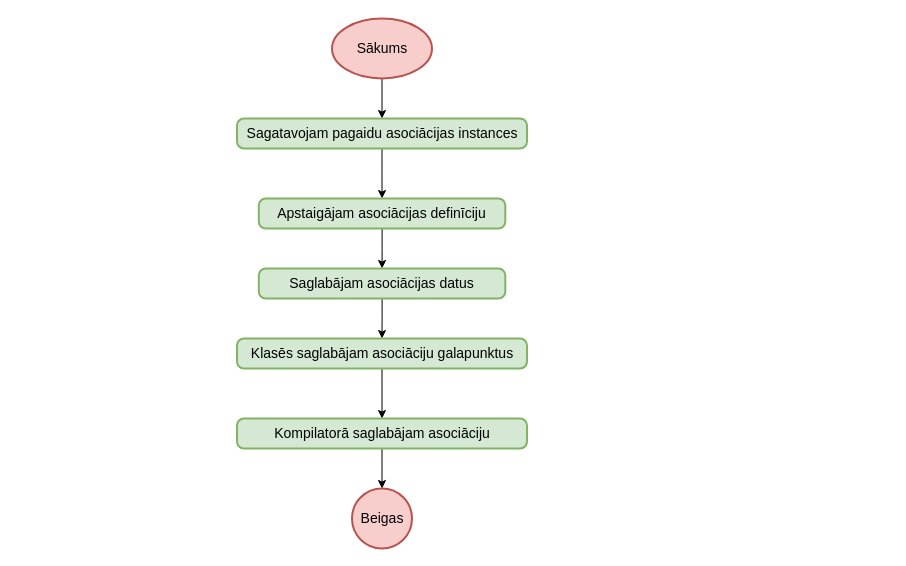
This is page "Kompilēt asociāciju" (1 of 4) of src/Kvalifikacijas darbs/Diagrammas/Kompilators/Asociācijas.drawio from artiks12/webAppOS, a draw.io file, before an edit. Source tidied: cells renumbered, new cells numbered last; positions are measured from the earlier drawing's top-left corner, leaving out a move shared by most shapes. Both pictures are drawn from the tidied source at 100%, with x=0, y=0 at pixel (237, 18).
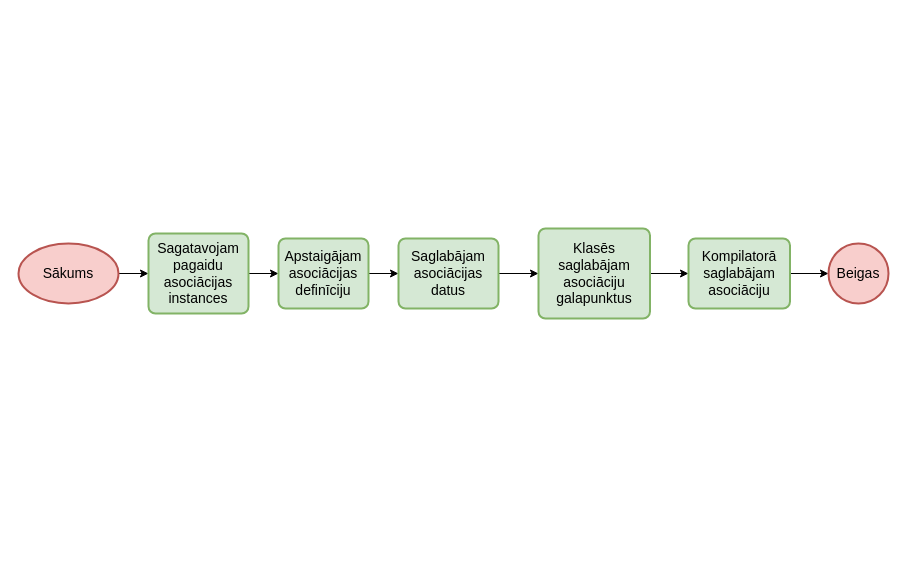
The same diagram, later.

Change to the diagram source:
```diff
@@
 <mxGraphModel>
   <root>
     <mxCell id="0" />
     <mxCell id="1" parent="0" />
-    <mxCell id="2" style="edgeStyle=orthogonalEdgeStyle;rounded=0;jettySize=auto;html=1;entryX=0.5;entryY=0;entryDx=0;entryDy=0;" parent="1" edge="1" source="3" target="6">
+    <mxCell id="2" style="edgeStyle=orthogonalEdgeStyle;rounded=0;jettySize=auto;html=1;" parent="1" edge="1" source="3" target="6">
       <mxGeometry relative="1" as="geometry" />
     </mxCell>
     <mxCell id="3" value="Sākums" style="strokeWidth=2;html=1;shape=mxgraph.flowchart.start_1;whiteSpace=wrap;fontSize=14;fillColor=#f8cecc;strokeColor=#b85450;" parent="1" vertex="1">
-      <mxGeometry x="94.5" width="100" height="60" as="geometry" />
+      <mxGeometry x="-219" y="225" width="100" height="60" as="geometry" />
     </mxCell>
-    <mxCell id="4" value="Beigas" style="strokeWidth=2;html=1;shape=mxgraph.flowchart.start_2;whiteSpace=wrap;fontSize=14;fillColor=#f8cecc;strokeColor=#b85450;" parent="1" vertex="1">
-      <mxGeometry x="114.5" y="470" width="60" height="60" as="geometry" />
-    </mxCell>
-    <mxCell id="5" style="edgeStyle=orthogonalEdgeStyle;rounded=0;jettySize=auto;html=1;entryX=0.5;entryY=0;entryDx=0;entryDy=0;fontSize=18;" parent="1" edge="1" source="6" target="8">
+    <mxCell id="5" style="edgeStyle=orthogonalEdgeStyle;rounded=0;jettySize=auto;html=1;" parent="1" edge="1" source="6" target="8">
       <mxGeometry relative="1" as="geometry" />
     </mxCell>
     <mxCell id="6" value="Sagatavojam pagaidu asociācijas instances" style="rounded=1;whiteSpace=wrap;html=1;absoluteArcSize=1;arcSize=14;strokeWidth=2;fontSize=14;fillColor=#d5e8d4;strokeColor=#82b366;" parent="1" vertex="1">
-      <mxGeometry x="-0.5" y="100" width="290" height="30" as="geometry" />
+      <mxGeometry x="-89" y="215" width="100" height="80" as="geometry" />
     </mxCell>
-    <mxCell id="7" style="edgeStyle=orthogonalEdgeStyle;rounded=0;jettySize=auto;html=1;entryX=0.5;entryY=0;entryDx=0;entryDy=0;fontSize=18;" parent="1" edge="1" source="8" target="10">
+    <mxCell id="7" style="edgeStyle=orthogonalEdgeStyle;rounded=0;jettySize=auto;html=1;" parent="1" edge="1" source="8" target="10">
       <mxGeometry relative="1" as="geometry" />
     </mxCell>
     <mxCell id="8" value="Apstaigājam asociācijas definīciju" style="rounded=1;whiteSpace=wrap;html=1;absoluteArcSize=1;arcSize=14;strokeWidth=2;fontSize=14;fillColor=#d5e8d4;strokeColor=#82b366;" parent="1" vertex="1">
-      <mxGeometry x="21.3" y="180" width="246.5" height="30" as="geometry" />
+      <mxGeometry x="41" y="220" width="90" height="70" as="geometry" />
     </mxCell>
-    <mxCell id="9" style="edgeStyle=orthogonalEdgeStyle;rounded=0;jettySize=auto;html=1;fontSize=18;" parent="1" edge="1" source="10" target="12">
+    <mxCell id="9" style="edgeStyle=orthogonalEdgeStyle;rounded=0;jettySize=auto;html=1;entryX=0;entryY=0.5;entryDx=0;entryDy=0;" parent="1" edge="1" source="10" target="12">
       <mxGeometry relative="1" as="geometry" />
     </mxCell>
     <mxCell id="10" value="Saglabājam asociācijas datus" style="rounded=1;whiteSpace=wrap;html=1;absoluteArcSize=1;arcSize=14;strokeWidth=2;fontSize=14;fillColor=#d5e8d4;strokeColor=#82b366;" parent="1" vertex="1">
-      <mxGeometry x="21.3" y="250" width="246.5" height="30" as="geometry" />
+      <mxGeometry x="161" y="220" width="100" height="70" as="geometry" />
     </mxCell>
-    <mxCell id="11" style="edgeStyle=orthogonalEdgeStyle;rounded=0;jettySize=auto;html=1;entryX=0.5;entryY=0;entryDx=0;entryDy=0;fontSize=18;" parent="1" edge="1" source="12" target="14">
+    <mxCell id="11" style="edgeStyle=orthogonalEdgeStyle;rounded=0;jettySize=auto;html=1;entryX=0;entryY=0.5;entryDx=0;entryDy=0;" parent="1" edge="1" source="12" target="14">
       <mxGeometry relative="1" as="geometry" />
     </mxCell>
     <mxCell id="12" value="Klasēs saglabājam asociāciju galapunktus" style="rounded=1;whiteSpace=wrap;html=1;absoluteArcSize=1;arcSize=14;strokeWidth=2;fontSize=14;fillColor=#d5e8d4;strokeColor=#82b366;" parent="1" vertex="1">
-      <mxGeometry x="-0.5" y="320" width="290" height="30" as="geometry" />
+      <mxGeometry x="301" y="210" width="111.5" height="90" as="geometry" />
     </mxCell>
-    <mxCell id="13" style="edgeStyle=orthogonalEdgeStyle;rounded=0;jettySize=auto;html=1;entryX=0.5;entryY=0;entryDx=0;entryDy=0;entryPerimeter=0;fontSize=18;" parent="1" edge="1" source="14" target="4">
+    <mxCell id="13" style="edgeStyle=orthogonalEdgeStyle;rounded=0;jettySize=auto;html=1;entryX=0;entryY=0.5;entryDx=0;entryDy=0;entryPerimeter=0;" parent="1" edge="1" source="14" target="4">
       <mxGeometry relative="1" as="geometry" />
     </mxCell>
     <mxCell id="14" value="Kompilatorā saglabājam asociāciju" style="rounded=1;whiteSpace=wrap;html=1;absoluteArcSize=1;arcSize=14;strokeWidth=2;fontSize=14;fillColor=#d5e8d4;strokeColor=#82b366;" parent="1" vertex="1">
-      <mxGeometry x="-0.5" y="400" width="290" height="30" as="geometry" />
+      <mxGeometry x="451" y="220" width="101.5" height="70" as="geometry" />
     </mxCell>
+    <mxCell id="4" value="Beigas" style="strokeWidth=2;html=1;shape=mxgraph.flowchart.start_2;whiteSpace=wrap;fontSize=14;fillColor=#f8cecc;strokeColor=#b85450;" parent="1" vertex="1">
+      <mxGeometry x="591" y="225" width="60" height="60" as="geometry" />
+    </mxCell>
   </root>
 </mxGraphModel>
```
